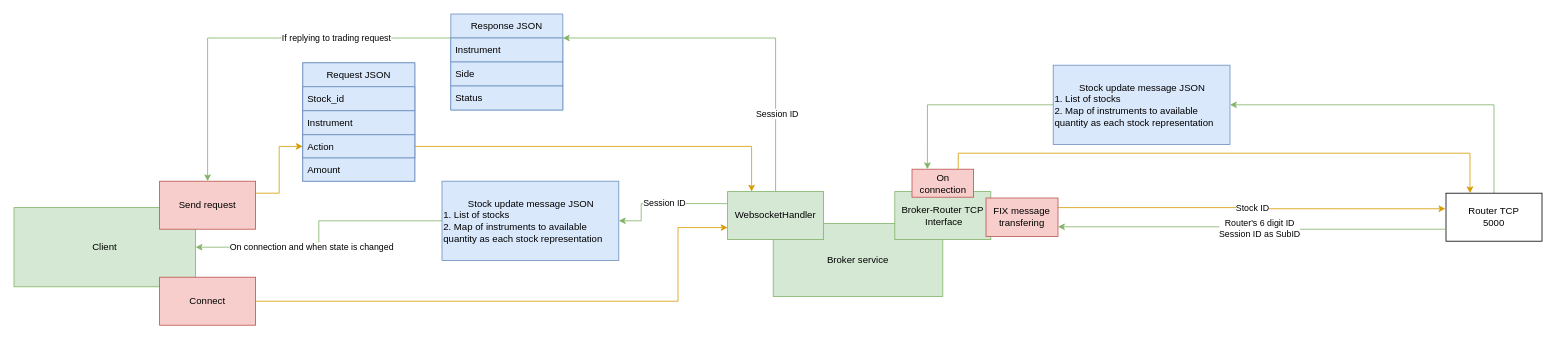
Above: diagram.drawio in r-kupin/fix-me (draw.io), before the change. Source tidied: cells renumbered, new cells numbered last; positions are measured from the earlier drawing's top-left corner, leaving out a move shared by most shapes. Both pictures are drawn from the tidied source at 80%, with x=0, y=0 at pixel (14, 14).
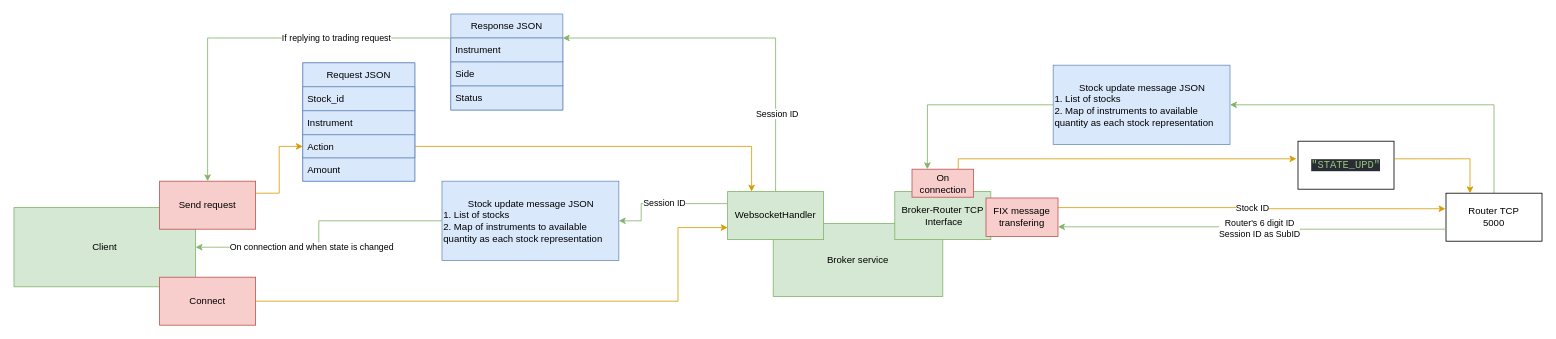
After the change.

Unchanged cells that the change refers to:
```xml
<mxCell id="25" value="&lt;div&gt;Router TCP&lt;/div&gt;&lt;div&gt;5000&lt;/div&gt;" style="rounded=0;whiteSpace=wrap;html=1;" parent="1" vertex="1">
  <mxGeometry x="1790" y="224" width="120" height="60" as="geometry" />
</mxCell>
<mxCell id="36" value="On &lt;br&gt;&lt;div&gt;connection&lt;/div&gt;" style="rounded=0;whiteSpace=wrap;html=1;fillColor=#f8cecc;strokeColor=#b85450;" parent="32" vertex="1">
  <mxGeometry x="230.5" y="-28" width="77" height="35" as="geometry" />
</mxCell>
```

Change to the diagram source:
```diff
@@
-    <mxCell id="38" style="edgeStyle=orthogonalEdgeStyle;rounded=0;jettySize=auto;html=1;exitX=0.75;exitY=0;exitDx=0;exitDy=0;entryX=0.25;entryY=0;entryDx=0;entryDy=0;fillColor=#ffe6cc;strokeColor=#d79b00;" parent="1" edge="1" source="36" target="25">
+    <mxCell id="38" style="edgeStyle=orthogonalEdgeStyle;rounded=0;jettySize=auto;html=1;exitX=1.008;exitY=0.367;exitDx=0;exitDy=0;entryX=0.25;entryY=0;entryDx=0;entryDy=0;fillColor=#ffe6cc;strokeColor=#d79b00;exitPerimeter=0;" parent="1" edge="1" source="42" target="25">
       <mxGeometry relative="1" as="geometry" />
     </mxCell>
@@
+    <mxCell id="41" style="edgeStyle=orthogonalEdgeStyle;rounded=0;jettySize=auto;html=1;exitX=0.75;exitY=0;exitDx=0;exitDy=0;entryX=-0.017;entryY=0.367;entryDx=0;entryDy=0;fillColor=#ffe6cc;strokeColor=#d79b00;entryPerimeter=0;" parent="1" edge="1" source="36" target="42">
+      <mxGeometry relative="1" as="geometry">
+        <Array as="points">
+          <mxPoint x="1180" y="181" />
+        </Array>
+      </mxGeometry>
+    </mxCell>
+    <mxCell id="42" value="&lt;div style=&quot;background-color:#282c34;color:#abb2bf&quot;&gt;&lt;pre style=&quot;font-family:'JetBrains Mono',monospace;font-size:9.8pt;&quot;&gt;&lt;span style=&quot;color:#98c379;&quot;&gt;&quot;STATE_UPD&quot;&lt;/span&gt;&lt;/pre&gt;&lt;/div&gt;" style="rounded=0;whiteSpace=wrap;html=1;" parent="1" vertex="1">
+      <mxGeometry x="1605" y="159" width="120" height="60" as="geometry" />
+    </mxCell>
```
